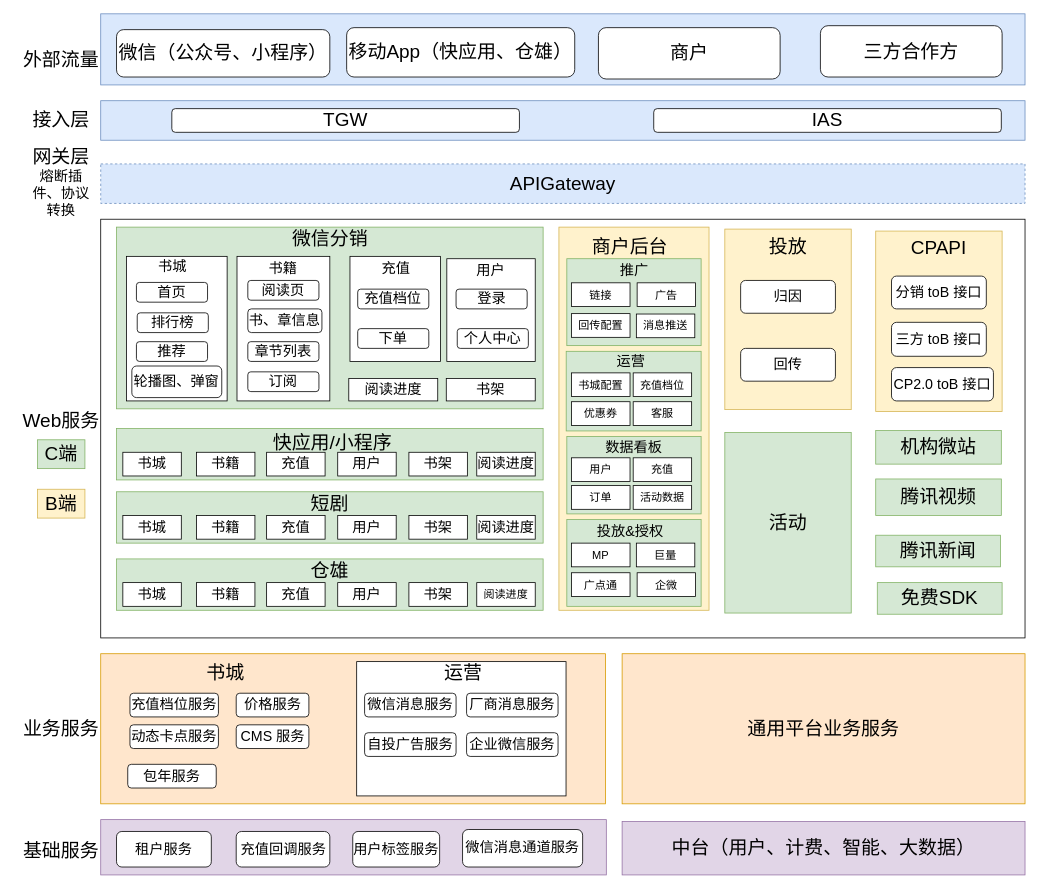
This is page "第 1 页" (1 of 3) of 开平服务化规划(原始版本) 的副本.drawio from qinzw/HelloWorld, a draw.io file, before an edit. Source tidied: cells renumbered, new cells numbered last; positions are measured from the earlier drawing's top-left corner, leaving out a move shared by most shapes. Both pictures are drawn from the tidied source at 79%, with x=0, y=0 at pixel (21, 13).
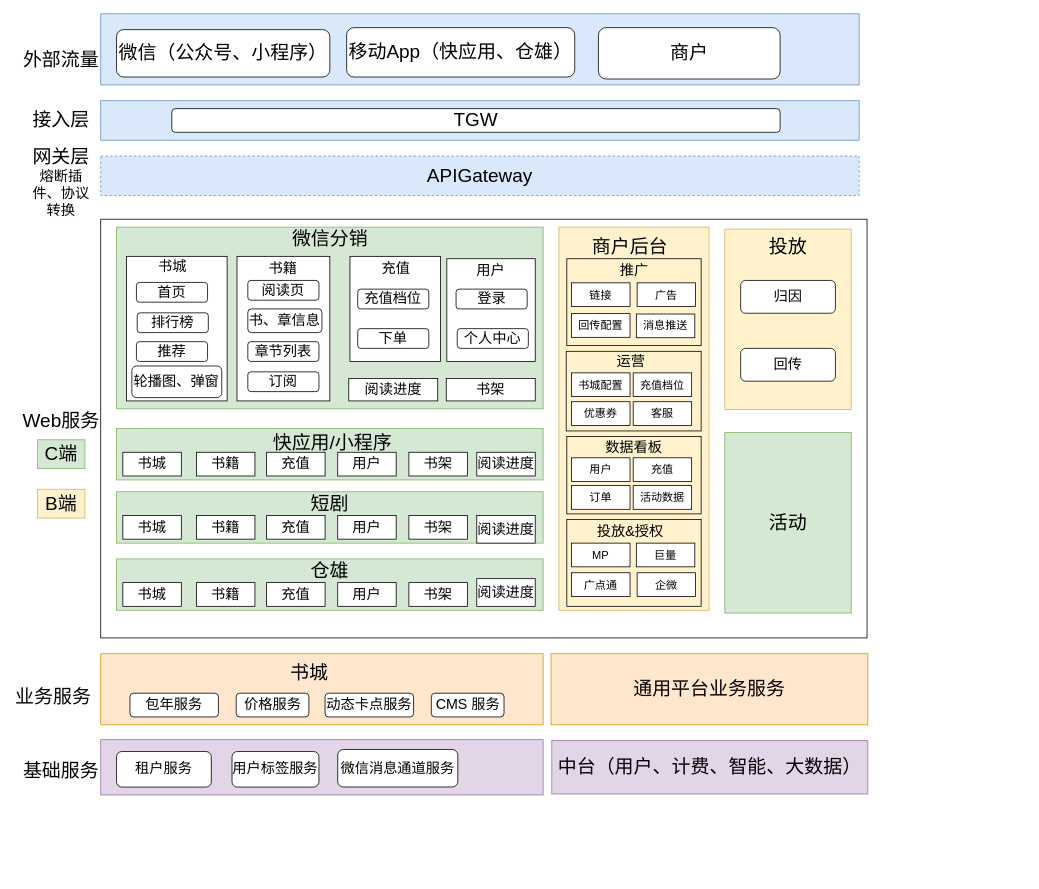
The same page after the edit.

Diff of the diagram source:
```diff
@@
     <mxCell id="2" style="rounded=0;whiteSpace=wrap;html=1;fillColor=#dae8fc;strokeColor=#6c8ebf;" parent="1" vertex="1">
-      <mxGeometry x="100" width="1170" height="90" as="geometry" />
+      <mxGeometry x="100" width="960" height="90" as="geometry" />
     </mxCell>
@@
     <mxCell id="6" style="rounded=0;whiteSpace=wrap;html=1;fillColor=#dae8fc;strokeColor=#6c8ebf;" parent="1" vertex="1">
-      <mxGeometry x="100" y="110" width="1170" height="50" as="geometry" />
+      <mxGeometry x="100" y="110" width="960" height="50" as="geometry" />
     </mxCell>
@@
     <mxCell id="8" value="&lt;font style=&quot;font-size: 24px;&quot;&gt;TGW&lt;/font&gt;" style="rounded=1;whiteSpace=wrap;html=1;" parent="1" vertex="1">
-      <mxGeometry x="190" y="120" width="440" height="30" as="geometry" />
+      <mxGeometry x="190" y="120" width="770" height="30" as="geometry" />
     </mxCell>
     <mxCell id="9" value="&lt;font style=&quot;font-size: 24px;&quot;&gt;APIGateway&lt;/font&gt;" style="rounded=0;whiteSpace=wrap;html=1;dashed=1;fillColor=#dae8fc;strokeColor=#6c8ebf;" parent="1" vertex="1">
-      <mxGeometry x="100" y="190" width="1170" height="50" as="geometry" />
+      <mxGeometry x="100" y="180" width="960" height="50" as="geometry" />
     </mxCell>
@@
     <mxCell id="11" style="rounded=0;whiteSpace=wrap;html=1;" parent="1" vertex="1">
-      <mxGeometry x="100" y="260" width="1170" height="530" as="geometry" />
+      <mxGeometry x="100" y="260" width="970" height="530" as="geometry" />
     </mxCell>
@@
     <mxCell id="51" value="&lt;font style=&quot;font-size: 18px;&quot;&gt;阅读进度&lt;/font&gt;" style="rounded=0;whiteSpace=wrap;html=1;" parent="1" vertex="1">
-      <mxGeometry x="576" y="635" width="74" height="30" as="geometry" />
+      <mxGeometry x="576" y="635" width="74" height="35" as="geometry" />
     </mxCell>
@@
-    <mxCell id="59" value="&lt;font style=&quot;font-size: 14px;&quot;&gt;阅读进度&lt;/font&gt;" style="rounded=0;whiteSpace=wrap;html=1;" parent="1" vertex="1">
-      <mxGeometry x="576" y="720" width="74" height="30" as="geometry" />
-    </mxCell>
@@
-    <mxCell id="61" style="rounded=0;whiteSpace=wrap;html=1;fillColor=#fff2cc;strokeColor=#d6b656;" parent="1" vertex="1">
-      <mxGeometry x="1081" y="275" width="160" height="228.5" as="geometry" />
-    </mxCell>
-    <mxCell id="62" value="&lt;font style=&quot;font-size: 24px;&quot;&gt;CPAPI&lt;/font&gt;" style="text;html=1;strokeColor=none;fillColor=none;align=center;verticalAlign=middle;whiteSpace=wrap;rounded=0;" parent="1" vertex="1">
-      <mxGeometry x="1126" y="281" width="70" height="30" as="geometry" />
-    </mxCell>
-    <mxCell id="63" value="&lt;font style=&quot;font-size: 18px;&quot;&gt;分销 toB 接口&lt;/font&gt;" style="rounded=1;whiteSpace=wrap;html=1;" parent="1" vertex="1">
-      <mxGeometry x="1101" y="332" width="120" height="41.5" as="geometry" />
-    </mxCell>
-    <mxCell id="64" value="&lt;font style=&quot;font-size: 18px;&quot;&gt;三方 toB 接口&lt;/font&gt;" style="rounded=1;whiteSpace=wrap;html=1;" parent="1" vertex="1">
-      <mxGeometry x="1101" y="390.5" width="120" height="43" as="geometry" />
-    </mxCell>
-    <mxCell id="65" value="&lt;font style=&quot;font-size: 18px;&quot;&gt;CP2.0 toB 接口&lt;/font&gt;" style="rounded=1;whiteSpace=wrap;html=1;" parent="1" vertex="1">
-      <mxGeometry x="1101" y="447.8" width="129" height="42.2" as="geometry" />
-    </mxCell>
@@
-    <mxCell id="71" value="&lt;font style=&quot;font-size: 24px;&quot;&gt;机构微站&lt;/font&gt;" style="rounded=0;whiteSpace=wrap;html=1;fontSize=24;fillColor=#d5e8d4;strokeColor=#82b366;" parent="1" vertex="1">
-      <mxGeometry x="1081" y="527.5" width="159" height="42.5" as="geometry" />
-    </mxCell>
@@
-    <mxCell id="73" value="&lt;font style=&quot;font-size: 24px;&quot;&gt;腾讯视频&lt;/font&gt;" style="rounded=0;whiteSpace=wrap;html=1;fontSize=24;fillColor=#d5e8d4;strokeColor=#82b366;" parent="1" vertex="1">
-      <mxGeometry x="1081" y="588.8" width="159" height="46.2" as="geometry" />
-    </mxCell>
-    <mxCell id="74" value="&lt;font style=&quot;font-size: 24px;&quot;&gt;腾讯新闻&lt;/font&gt;" style="rounded=0;whiteSpace=wrap;html=1;fontSize=24;fillColor=#d5e8d4;strokeColor=#82b366;" parent="1" vertex="1">
-      <mxGeometry x="1081" y="660" width="158" height="40" as="geometry" />
-    </mxCell>
-    <mxCell id="75" value="&lt;font style=&quot;font-size: 24px;&quot;&gt;免费SDK&lt;/font&gt;" style="rounded=0;whiteSpace=wrap;html=1;fontSize=24;fillColor=#d5e8d4;strokeColor=#82b366;" parent="1" vertex="1">
-      <mxGeometry x="1083" y="720" width="158" height="40" as="geometry" />
-    </mxCell>
@@
-    <mxCell id="77" value="&lt;font style=&quot;font-size: 24px;&quot;&gt;三方合作方&lt;/font&gt;" style="rounded=1;whiteSpace=wrap;html=1;" parent="1" vertex="1">
-      <mxGeometry x="1011" y="15" width="230" height="65" as="geometry" />
-    </mxCell>
-    <mxCell id="78" value="&lt;font style=&quot;font-size: 24px;&quot;&gt;IAS&lt;/font&gt;" style="rounded=1;whiteSpace=wrap;html=1;" parent="1" vertex="1">
-      <mxGeometry x="800" y="120" width="440" height="30" as="geometry" />
-    </mxCell>
     <mxCell id="79" style="rounded=0;whiteSpace=wrap;html=1;fontSize=18;fillColor=#ffe6cc;strokeColor=#d79b00;" parent="1" vertex="1">
-      <mxGeometry x="100" y="810" width="639" height="190" as="geometry" />
+      <mxGeometry x="100" y="810" width="560" height="90" as="geometry" />
     </mxCell>
     <mxCell id="80" value="&lt;font style=&quot;font-size: 24px;&quot;&gt;业务服务&lt;/font&gt;" style="text;html=1;strokeColor=none;fillColor=none;align=center;verticalAlign=middle;whiteSpace=wrap;rounded=0;" parent="1" vertex="1">
-      <mxGeometry y="890" width="100" height="30" as="geometry" />
+      <mxGeometry x="-10" y="850" width="100" height="30" as="geometry" />
     </mxCell>
     <mxCell id="81" value="&lt;font style=&quot;font-size: 24px;&quot;&gt;书城&lt;/font&gt;" style="text;html=1;strokeColor=none;fillColor=none;align=center;verticalAlign=middle;whiteSpace=wrap;rounded=0;" parent="1" vertex="1">
-      <mxGeometry x="228" y="820" width="60" height="30" as="geometry" />
+      <mxGeometry x="333.8" y="820" width="60" height="30" as="geometry" />
     </mxCell>
-    <mxCell id="82" value="充值档位服务" style="rounded=1;whiteSpace=wrap;html=1;fontSize=18;" parent="1" vertex="1">
-      <mxGeometry x="137" y="860" width="112" height="30" as="geometry" />
-    </mxCell>
     <mxCell id="83" value="动态卡点服务" style="rounded=1;whiteSpace=wrap;html=1;fontSize=18;" parent="1" vertex="1">
-      <mxGeometry x="137" y="900" width="112" height="30" as="geometry" />
+      <mxGeometry x="384" y="860" width="112" height="30" as="geometry" />
     </mxCell>
     <mxCell id="84" value="包年服务" style="rounded=1;whiteSpace=wrap;html=1;fontSize=18;" parent="1" vertex="1">
-      <mxGeometry x="134.2" y="950" width="112" height="30" as="geometry" />
+      <mxGeometry x="137" y="860" width="112" height="30" as="geometry" />
     </mxCell>
@@
     <mxCell id="86" value="CMS 服务" style="rounded=1;whiteSpace=wrap;html=1;fontSize=18;" parent="1" vertex="1">
-      <mxGeometry x="271.5" y="900" width="92" height="30" as="geometry" />
+      <mxGeometry x="518.5" y="860" width="92" height="30" as="geometry" />
     </mxCell>
-    <mxCell id="87" style="rounded=0;whiteSpace=wrap;html=1;" parent="1" vertex="1">
-      <mxGeometry x="424" y="820" width="265" height="170" as="geometry" />
-    </mxCell>
-    <mxCell id="88" value="&lt;font style=&quot;font-size: 24px;&quot;&gt;运营&lt;/font&gt;" style="text;html=1;strokeColor=none;fillColor=none;align=center;verticalAlign=middle;whiteSpace=wrap;rounded=0;" parent="1" vertex="1">
-      <mxGeometry x="529" y="820" width="60" height="30" as="geometry" />
-    </mxCell>
-    <mxCell id="89" value="微信消息服务" style="rounded=1;whiteSpace=wrap;html=1;fontSize=18;" parent="1" vertex="1">
-      <mxGeometry x="434" y="860" width="115.8" height="30" as="geometry" />
-    </mxCell>
-    <mxCell id="90" value="自投广告服务" style="rounded=1;whiteSpace=wrap;html=1;fontSize=18;" parent="1" vertex="1">
-      <mxGeometry x="434" y="910" width="115.8" height="30" as="geometry" />
-    </mxCell>
-    <mxCell id="91" value="厂商消息服务" style="rounded=1;whiteSpace=wrap;html=1;fontSize=18;" parent="1" vertex="1">
-      <mxGeometry x="563.1" y="860" width="115.8" height="30" as="geometry" />
-    </mxCell>
-    <mxCell id="92" value="企业微信服务" style="rounded=1;whiteSpace=wrap;html=1;fontSize=18;" parent="1" vertex="1">
-      <mxGeometry x="563.1" y="910" width="115.8" height="30" as="geometry" />
-    </mxCell>
     <mxCell id="93" style="rounded=0;whiteSpace=wrap;html=1;fontSize=24;fillColor=#e1d5e7;strokeColor=#9673a6;" parent="1" vertex="1">
-      <mxGeometry x="100" y="1020" width="640" height="70" as="geometry" />
+      <mxGeometry x="100" y="918.8" width="560" height="70" as="geometry" />
     </mxCell>
     <mxCell id="94" value="&lt;font style=&quot;font-size: 24px;&quot;&gt;基础服务&lt;/font&gt;" style="text;html=1;strokeColor=none;fillColor=none;align=center;verticalAlign=middle;whiteSpace=wrap;rounded=0;" parent="1" vertex="1">
-      <mxGeometry y="1040" width="100" height="40" as="geometry" />
+      <mxGeometry y="938.8" width="100" height="40" as="geometry" />
     </mxCell>
     <mxCell id="95" value="租户服务" style="rounded=1;whiteSpace=wrap;html=1;fontSize=18;" parent="1" vertex="1">
-      <mxGeometry x="120" y="1035" width="120" height="45" as="geometry" />
+      <mxGeometry x="120" y="933.8" width="120" height="45" as="geometry" />
     </mxCell>
-    <mxCell id="96" value="充值回调服务" style="rounded=1;whiteSpace=wrap;html=1;fontSize=18;" parent="1" vertex="1">
-      <mxGeometry x="271.5" y="1035" width="118.5" height="45" as="geometry" />
-    </mxCell>
     <mxCell id="97" value="用户标签服务" style="rounded=1;whiteSpace=wrap;html=1;fontSize=18;" parent="1" vertex="1">
-      <mxGeometry x="419" y="1035" width="110" height="45" as="geometry" />
+      <mxGeometry x="266.2" y="933.8" width="110" height="45" as="geometry" />
     </mxCell>
     <mxCell id="98" value="&lt;font style=&quot;font-size: 24px;&quot;&gt;通用平台业务服务&lt;/font&gt;" style="rounded=0;whiteSpace=wrap;html=1;fontSize=18;fillColor=#ffe6cc;strokeColor=#d79b00;" parent="1" vertex="1">
-      <mxGeometry x="760" y="810" width="510" height="190" as="geometry" />
+      <mxGeometry x="670" y="810" width="401" height="90" as="geometry" />
     </mxCell>
     <mxCell id="99" value="微信消息通道服务" style="rounded=1;whiteSpace=wrap;html=1;fontSize=18;" parent="1" vertex="1">
-      <mxGeometry x="558" y="1032.5" width="152" height="47.5" as="geometry" />
+      <mxGeometry x="400" y="931.2" width="152" height="47.5" as="geometry" />
     </mxCell>
     <mxCell id="100" value="中台（用户、计费、智能、大数据）" style="rounded=0;whiteSpace=wrap;html=1;fontSize=24;fillColor=#e1d5e7;strokeColor=#9673a6;" parent="1" vertex="1">
-      <mxGeometry x="760" y="1022.5" width="510" height="67.5" as="geometry" />
+      <mxGeometry x="671" y="920" width="400" height="67.5" as="geometry" />
     </mxCell>
@@
-    <mxCell id="103" style="rounded=0;whiteSpace=wrap;html=1;fillColor=#d5e8d4;strokeColor=#82b366;" parent="1" vertex="1">
+    <mxCell id="103" style="rounded=0;whiteSpace=wrap;html=1;fillColor=#FFF2CC;strokeColor=#000000;" parent="1" vertex="1">
       <mxGeometry x="690" y="310" width="170" height="110" as="geometry" />
     </mxCell>
@@
-    <mxCell id="106" style="rounded=0;whiteSpace=wrap;html=1;fillColor=#d5e8d4;strokeColor=#82b366;" parent="1" vertex="1">
+    <mxCell id="106" style="rounded=0;whiteSpace=wrap;html=1;fillColor=#FFF2CC;strokeColor=#000000;" parent="1" vertex="1">
       <mxGeometry x="689.2" y="427.2" width="170.8" height="100.8" as="geometry" />
     </mxCell>
@@
-    <mxCell id="113" style="rounded=0;whiteSpace=wrap;html=1;fillColor=#d5e8d4;strokeColor=#82b366;" parent="1" vertex="1">
+    <mxCell id="113" style="rounded=0;whiteSpace=wrap;html=1;fillColor=#FFF2CC;strokeColor=#000000;" parent="1" vertex="1">
       <mxGeometry x="690" y="535" width="170" height="98" as="geometry" />
     </mxCell>
-    <mxCell id="114" style="rounded=0;whiteSpace=wrap;html=1;fillColor=#d5e8d4;strokeColor=#82b366;" parent="1" vertex="1">
+    <mxCell id="114" style="rounded=0;whiteSpace=wrap;html=1;fillColor=#FFF2CC;strokeColor=#000000;" parent="1" vertex="1">
       <mxGeometry x="690" y="640" width="170" height="110" as="geometry" />
     </mxCell>
@@
+    <mxCell id="59" value="&lt;font style=&quot;font-size: 18px;&quot;&gt;阅读进度&lt;/font&gt;" style="rounded=0;whiteSpace=wrap;html=1;" parent="1" vertex="1">
+      <mxGeometry x="576" y="715" width="74" height="35" as="geometry" />
+    </mxCell>
```
